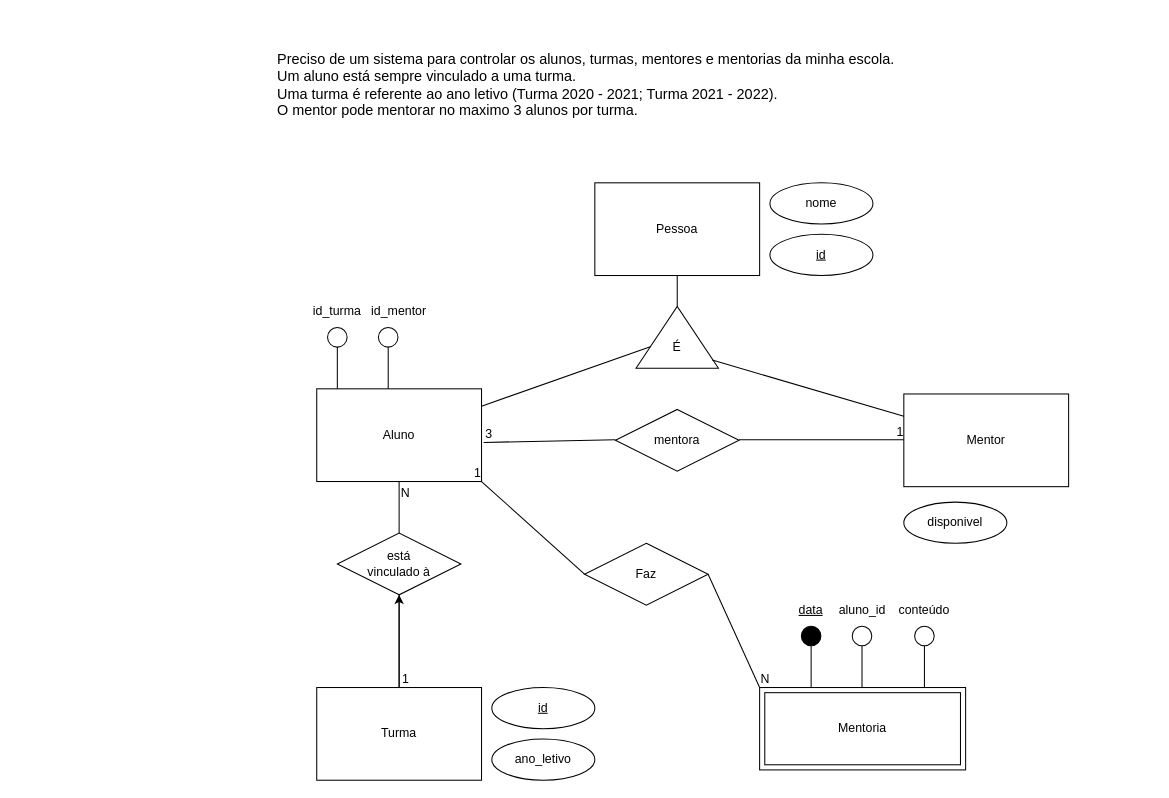
Above: DataBase/diagrama-mentoria.drawio in lorrant-tavares/desafio-mentoria (draw.io), before the change. Source tidied: cells renumbered, new cells numbered last; positions are measured from the earlier drawing's top-left corner, leaving out a move shared by most shapes. Both pictures are drawn from the tidied source at 103%, with x=0, y=0 at pixel (275, 18).
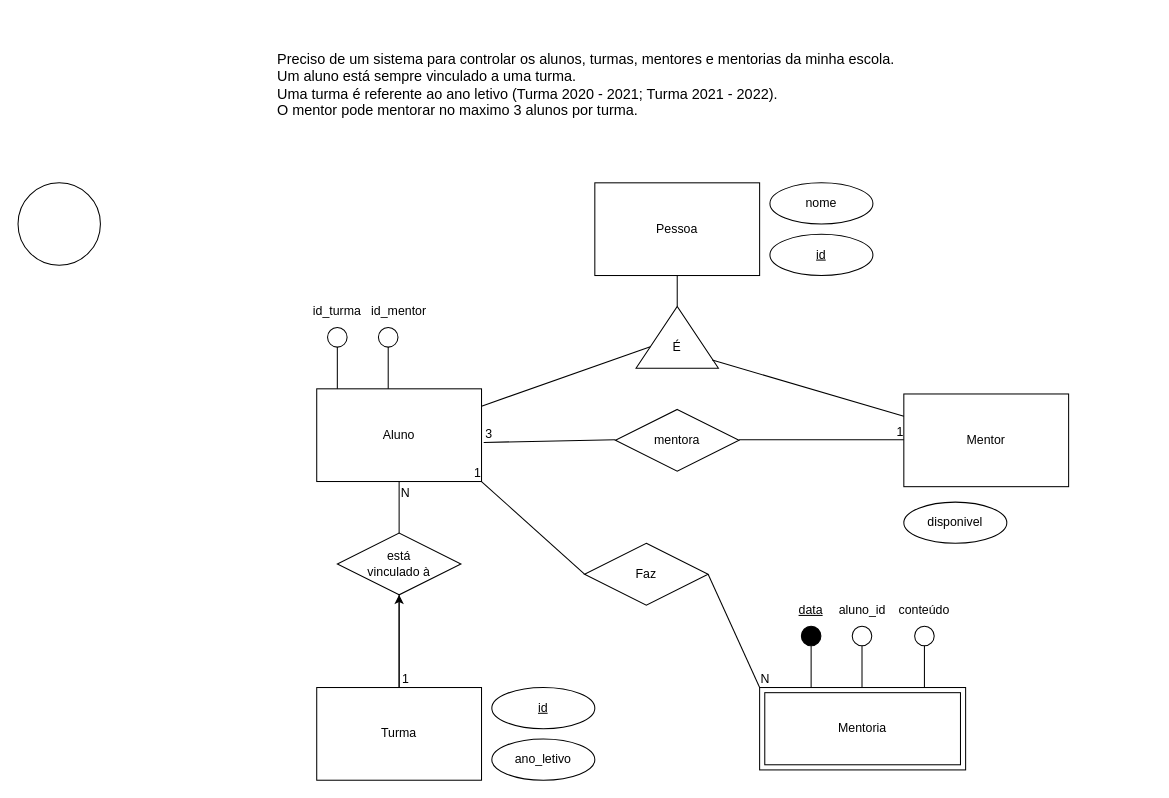
Above is the later version.

Diff of the diagram source:
```diff
@@
+    <mxCell id="45" style="ellipse;whiteSpace=wrap;html=1;" parent="1" vertex="1">
+      <mxGeometry x="-250" y="160" width="80" height="80" as="geometry" />
+    </mxCell>
```
